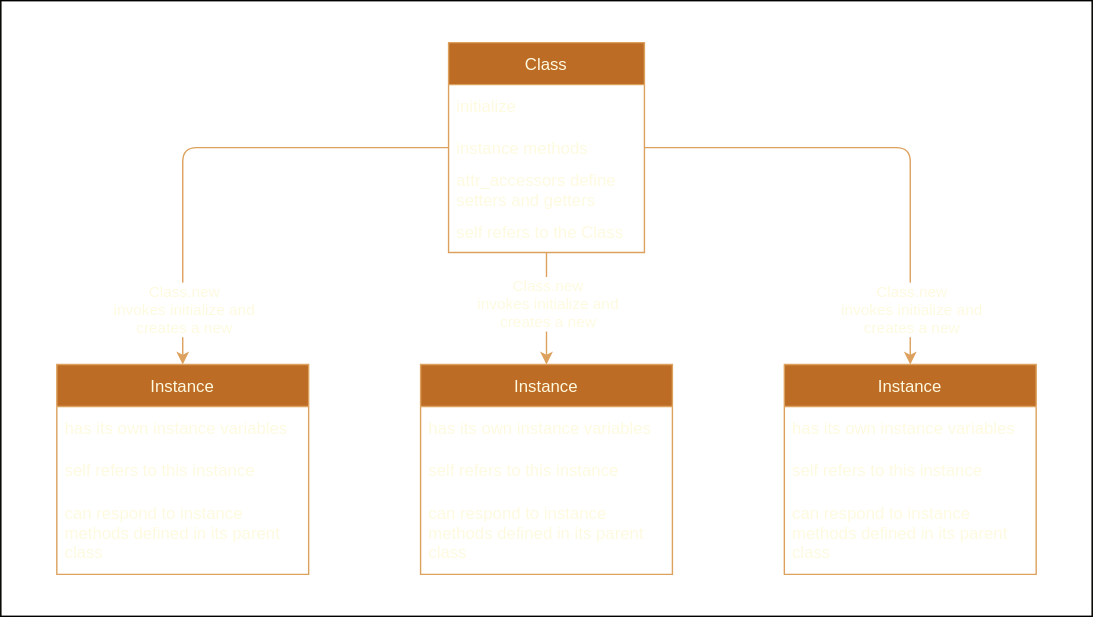
learn-co-students/SENG-LIVE-031422-phase-3 keeps this draw.io diagram as assets/oo-ruby.drawio.svg. Above is the earlier version. Source tidied: cells renumbered, new cells last; positions are measured from the earlier drawing's top-left corner, leaving out a move shared by most shapes.
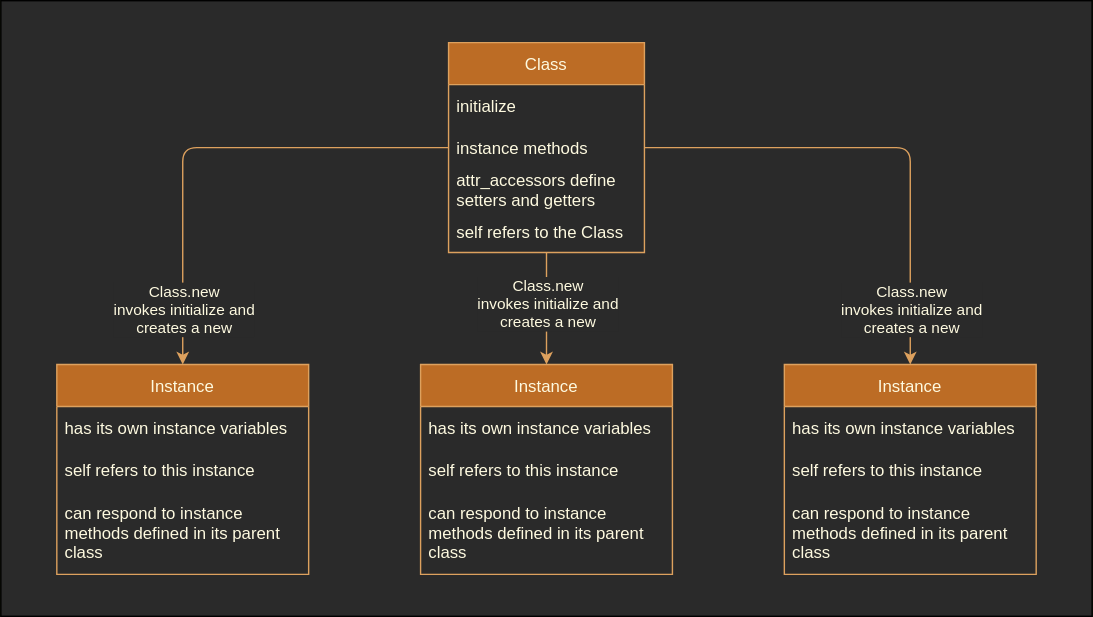
Later version of the same file.

Commit message:
update background again for oo ruby diagram

Change to the diagram source:
```diff
@@ -2,7 +2,7 @@
   <root>
     <mxCell id="0" />
     <mxCell id="1" value="Underneath" parent="0" />
-    <mxCell id="2" style="rounded=0;whiteSpace=wrap;html=1;" parent="1" vertex="1">
+    <mxCell id="2" style="rounded=0;whiteSpace=wrap;html=1;fillColor=#2A2A2A;" parent="1" vertex="1">
       <mxGeometry width="780" height="440" as="geometry" />
     </mxCell>
     <mxCell id="3" parent="0" />
@@ -11,7 +11,7 @@
         <mxPoint x="130" y="260" as="targetPoint" />
       </mxGeometry>
     </mxCell>
-    <mxCell id="5" value="Class.new&lt;br&gt;invokes initialize and&lt;br&gt;creates a new" style="edgeLabel;html=1;align=center;verticalAlign=middle;fontColor=#FEFAE0;labelBackgroundColor=default;fillColor=none;" parent="4" vertex="1">
+    <mxCell id="5" value="Class.new&lt;br&gt;invokes initialize and&lt;br&gt;creates a new" style="edgeLabel;html=1;align=center;verticalAlign=middle;fontColor=#FEFAE0;labelBackgroundColor=#2A2A2A;fillColor=none;" parent="4" vertex="1">
       <mxGeometry x="0.4" relative="1" as="geometry">
         <mxPoint y="64" as="offset" />
       </mxGeometry>
@@ -19,7 +19,7 @@
     <mxCell id="6" style="edgeStyle=orthogonalEdgeStyle;curved=0;rounded=1;sketch=0;jettySize=auto;html=1;fontColor=#FEFAE0;strokeColor=#DDA15E;fillColor=#BC6C25;labelBackgroundColor=#283618;entryX=0.5;entryY=0;entryDx=0;entryDy=0;" parent="3" edge="1" source="10" target="19">
       <mxGeometry relative="1" as="geometry" />
     </mxCell>
-    <mxCell id="7" value="Class.new&lt;br&gt;invokes initialize and&lt;br&gt;creates a new" style="edgeLabel;html=1;align=center;verticalAlign=middle;fontColor=#FEFAE0;labelBackgroundColor=default;" parent="6" vertex="1">
+    <mxCell id="7" value="Class.new&lt;br&gt;invokes initialize and&lt;br&gt;creates a new" style="edgeLabel;html=1;align=center;verticalAlign=middle;fontColor=#FEFAE0;labelBackgroundColor=#2A2A2A;" parent="6" vertex="1">
       <mxGeometry x="-0.27" y="1" relative="1" as="geometry">
         <mxPoint x="-1" y="7" as="offset" />
       </mxGeometry>
@@ -27,7 +27,7 @@
     <mxCell id="8" style="edgeStyle=orthogonalEdgeStyle;curved=0;rounded=1;sketch=0;jettySize=auto;html=1;fontColor=#FEFAE0;strokeColor=#DDA15E;fillColor=#BC6C25;labelBackgroundColor=#283618;entryX=0.5;entryY=0;entryDx=0;entryDy=0;" parent="3" edge="1" source="10" target="23">
       <mxGeometry relative="1" as="geometry" />
     </mxCell>
-    <mxCell id="9" value="Class.new&lt;br&gt;invokes initialize and&lt;br&gt;creates a new" style="edgeLabel;html=1;align=center;verticalAlign=middle;fontColor=#FEFAE0;labelBackgroundColor=default;" parent="8" vertex="1">
+    <mxCell id="9" value="Class.new&lt;br&gt;invokes initialize and&lt;br&gt;creates a new" style="edgeLabel;html=1;align=center;verticalAlign=middle;fontColor=#FEFAE0;labelBackgroundColor=#2A2A2A;" parent="8" vertex="1">
       <mxGeometry x="0.64" y="1" relative="1" as="geometry">
         <mxPoint x="-1" y="23" as="offset" />
       </mxGeometry>
```
